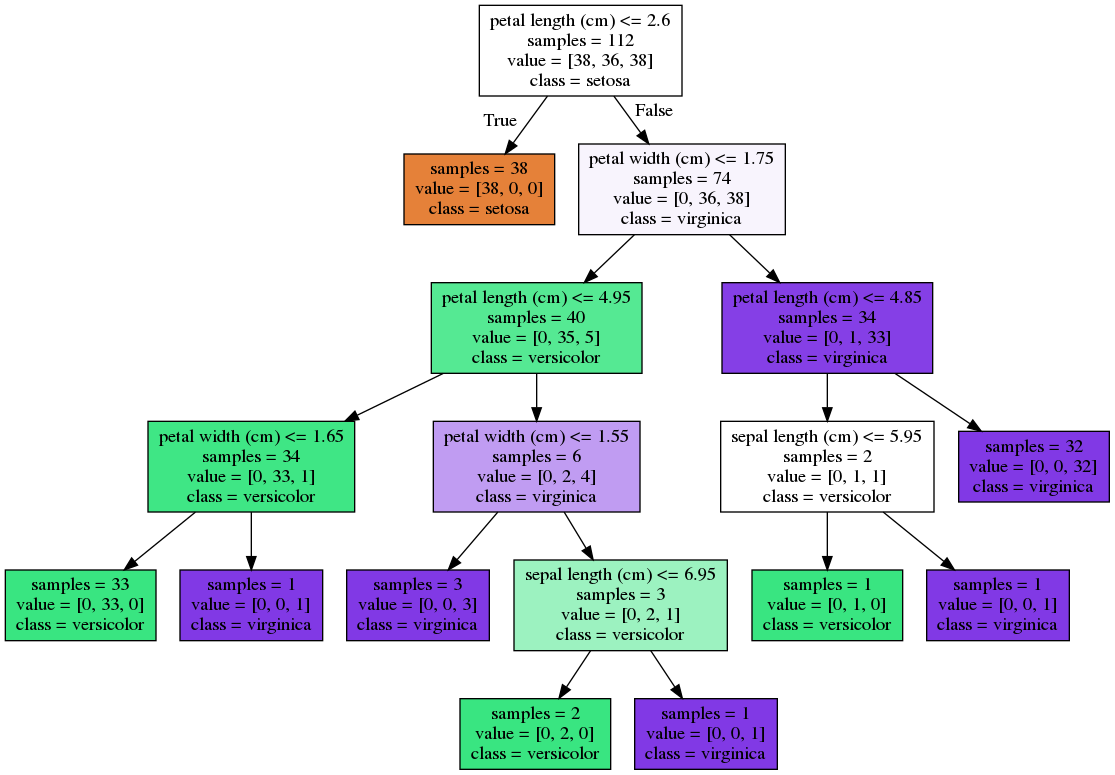
Before: arbol.png, a diagram exported from Graphviz (WladIMirG/PythonML). Its source is kept beside it as arbol.dot.
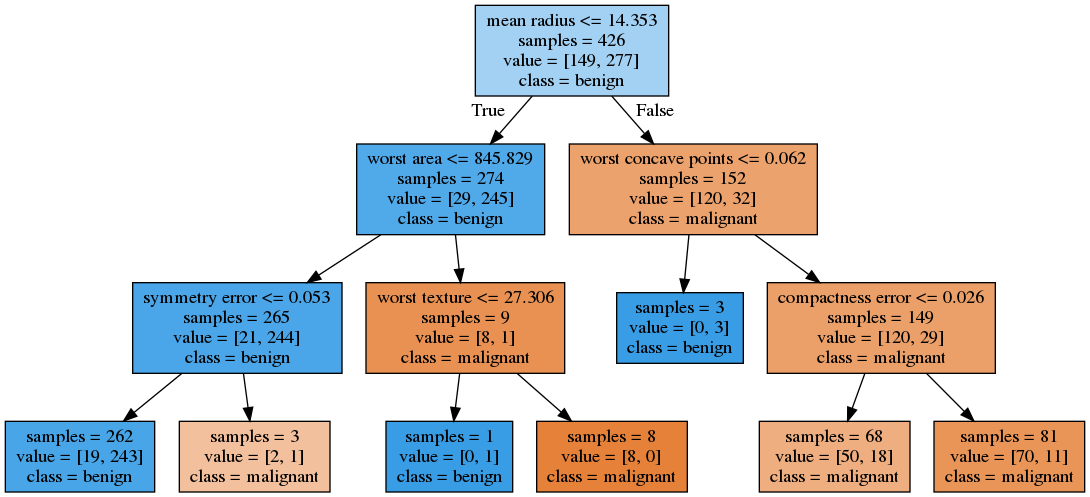
Above is the later version.

Commit message:
Modifique el los archivos de arbol, arbol.dot, arbol.png, knn_regresion.py, ski-learn-prueba.py, tree.py Inclui archivos nuevos: MLP_clasificador.py, SVM_Incertidumbre.py, Source.gv, Source.gv.pdf

What changed in the source:
```diff
@@ -1,36 +1,28 @@
 digraph Tree {
 node [shape=box, style="filled", color="black"] ;
-0 [label="petal length (cm) <= 2.6\nsamples = 112\nvalue = [38, 36, 38]\nclass = setosa", fillcolor="#e5813900"] ;
-1 [label="samples = 38\nvalue = [38, 0, 0]\nclass = setosa", fillcolor="#e58139ff"] ;
+0 [label="mean radius <= 14.353\nsamples = 426\nvalue = [149, 277]\nclass = benign", fillcolor="#399de576"] ;
+1 [label="worst area <= 845.829\nsamples = 274\nvalue = [29, 245]\nclass = benign", fillcolor="#399de5e1"] ;
 0 -> 1 [labeldistance=2.5, labelangle=45, headlabel="True"] ;
-2 [label="petal width (cm) <= 1.75\nsamples = 74\nvalue = [0, 36, 38]\nclass = virginica", fillcolor="#8139e50d"] ;
-0 -> 2 [labeldistance=2.5, labelangle=-45, headlabel="False"] ;
-3 [label="petal length (cm) <= 4.95\nsamples = 40\nvalue = [0, 35, 5]\nclass = versicolor", fillcolor="#39e581db"] ;
+2 [label="symmetry error <= 0.053\nsamples = 265\nvalue = [21, 244]\nclass = benign", fillcolor="#399de5e9"] ;
+1 -> 2 ;
+3 [label="samples = 262\nvalue = [19, 243]\nclass = benign", fillcolor="#399de5eb"] ;
 2 -> 3 ;
-4 [label="petal width (cm) <= 1.65\nsamples = 34\nvalue = [0, 33, 1]\nclass = versicolor", fillcolor="#39e581f7"] ;
-3 -> 4 ;
-5 [label="samples = 33\nvalue = [0, 33, 0]\nclass = versicolor", fillcolor="#39e581ff"] ;
-4 -> 5 ;
-6 [label="samples = 1\nvalue = [0, 0, 1]\nclass = virginica", fillcolor="#8139e5ff"] ;
-4 -> 6 ;
-7 [label="petal width (cm) <= 1.55\nsamples = 6\nvalue = [0, 2, 4]\nclass = virginica", fillcolor="#8139e57f"] ;
-3 -> 7 ;
-8 [label="samples = 3\nvalue = [0, 0, 3]\nclass = virginica", fillcolor="#8139e5ff"] ;
-7 -> 8 ;
-9 [label="sepal length (cm) <= 6.95\nsamples = 3\nvalue = [0, 2, 1]\nclass = versicolor", fillcolor="#39e5817f"] ;
-7 -> 9 ;
-10 [label="samples = 2\nvalue = [0, 2, 0]\nclass = versicolor", fillcolor="#39e581ff"] ;
-9 -> 10 ;
-11 [label="samples = 1\nvalue = [0, 0, 1]\nclass = virginica", fillcolor="#8139e5ff"] ;
-9 -> 11 ;
-12 [label="petal length (cm) <= 4.85\nsamples = 34\nvalue = [0, 1, 33]\nclass = virginica", fillcolor="#8139e5f7"] ;
-2 -> 12 ;
-13 [label="sepal length (cm) <= 5.95\nsamples = 2\nvalue = [0, 1, 1]\nclass = versicolor", fillcolor="#39e58100"] ;
-12 -> 13 ;
-14 [label="samples = 1\nvalue = [0, 1, 0]\nclass = versicolor", fillcolor="#39e581ff"] ;
-13 -> 14 ;
-15 [label="samples = 1\nvalue = [0, 0, 1]\nclass = virginica", fillcolor="#8139e5ff"] ;
-13 -> 15 ;
-16 [label="samples = 32\nvalue = [0, 0, 32]\nclass = virginica", fillcolor="#8139e5ff"] ;
-12 -> 16 ;
+4 [label="samples = 3\nvalue = [2, 1]\nclass = malignant", fillcolor="#e581397f"] ;
+2 -> 4 ;
+5 [label="worst texture <= 27.306\nsamples = 9\nvalue = [8, 1]\nclass = malignant", fillcolor="#e58139df"] ;
+1 -> 5 ;
+6 [label="samples = 1\nvalue = [0, 1]\nclass = benign", fillcolor="#399de5ff"] ;
+5 -> 6 ;
+7 [label="samples = 8\nvalue = [8, 0]\nclass = malignant", fillcolor="#e58139ff"] ;
+5 -> 7 ;
+8 [label="worst concave points <= 0.062\nsamples = 152\nvalue = [120, 32]\nclass = malignant", fillcolor="#e58139bb"] ;
+0 -> 8 [labeldistance=2.5, labelangle=-45, headlabel="False"] ;
+9 [label="samples = 3\nvalue = [0, 3]\nclass = benign", fillcolor="#399de5ff"] ;
+8 -> 9 ;
+10 [label="compactness error <= 0.026\nsamples = 149\nvalue = [120, 29]\nclass = malignant", fillcolor="#e58139c1"] ;
+8 -> 10 ;
+11 [label="samples = 68\nvalue = [50, 18]\nclass = malignant", fillcolor="#e58139a3"] ;
+10 -> 11 ;
+12 [label="samples = 81\nvalue = [70, 11]\nclass = malignant", fillcolor="#e58139d7"] ;
+10 -> 12 ;
 }
```
